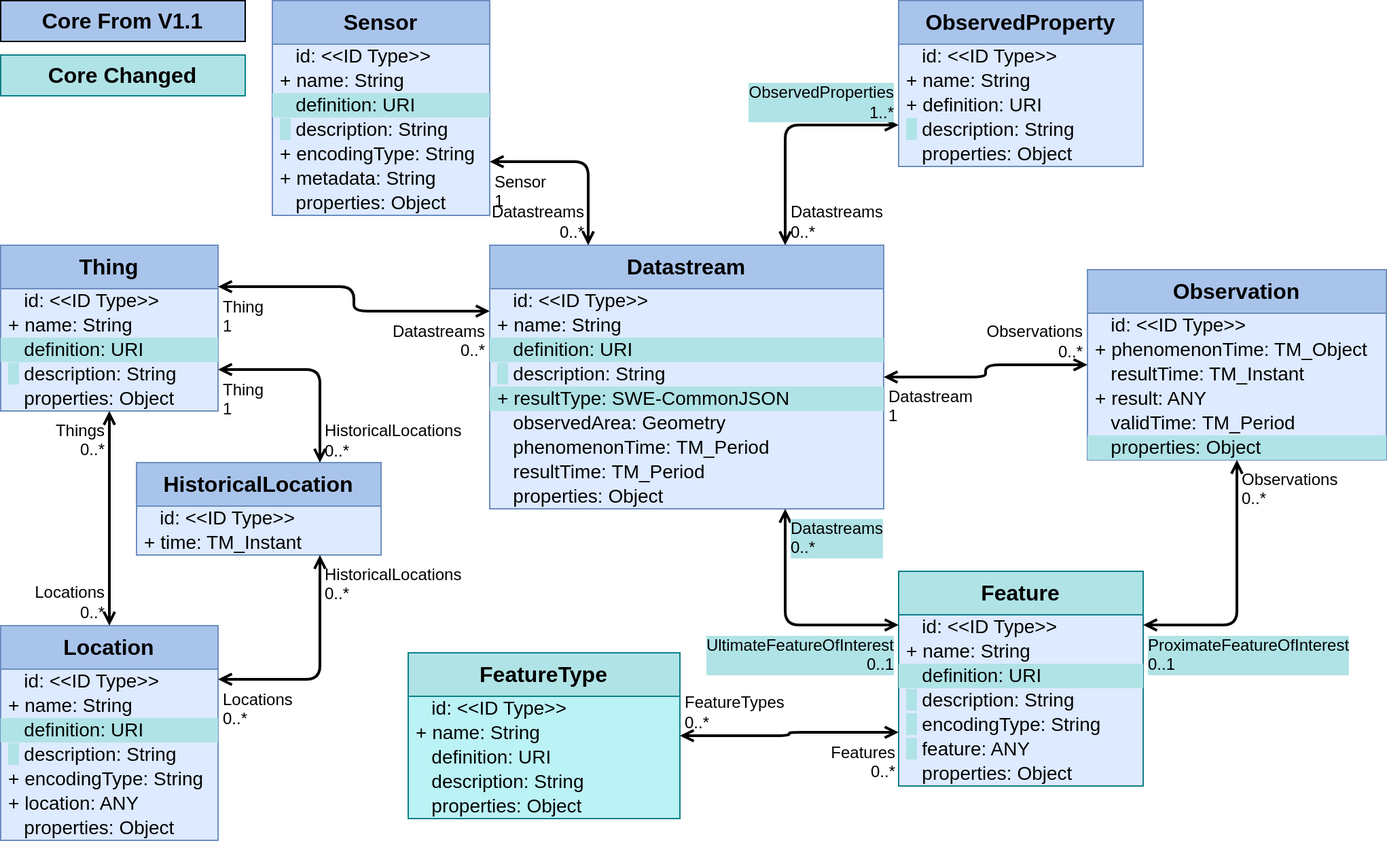
opengeospatial/sensorthings keeps this draw.io diagram as figures/Datamodel-SensorThingsApi-V2-Core-changed.drawio.png. Above is the earlier version. Source tidied: cells renumbered, new cells last; positions are measured from the earlier drawing's top-left corner, leaving out a move shared by most shapes.
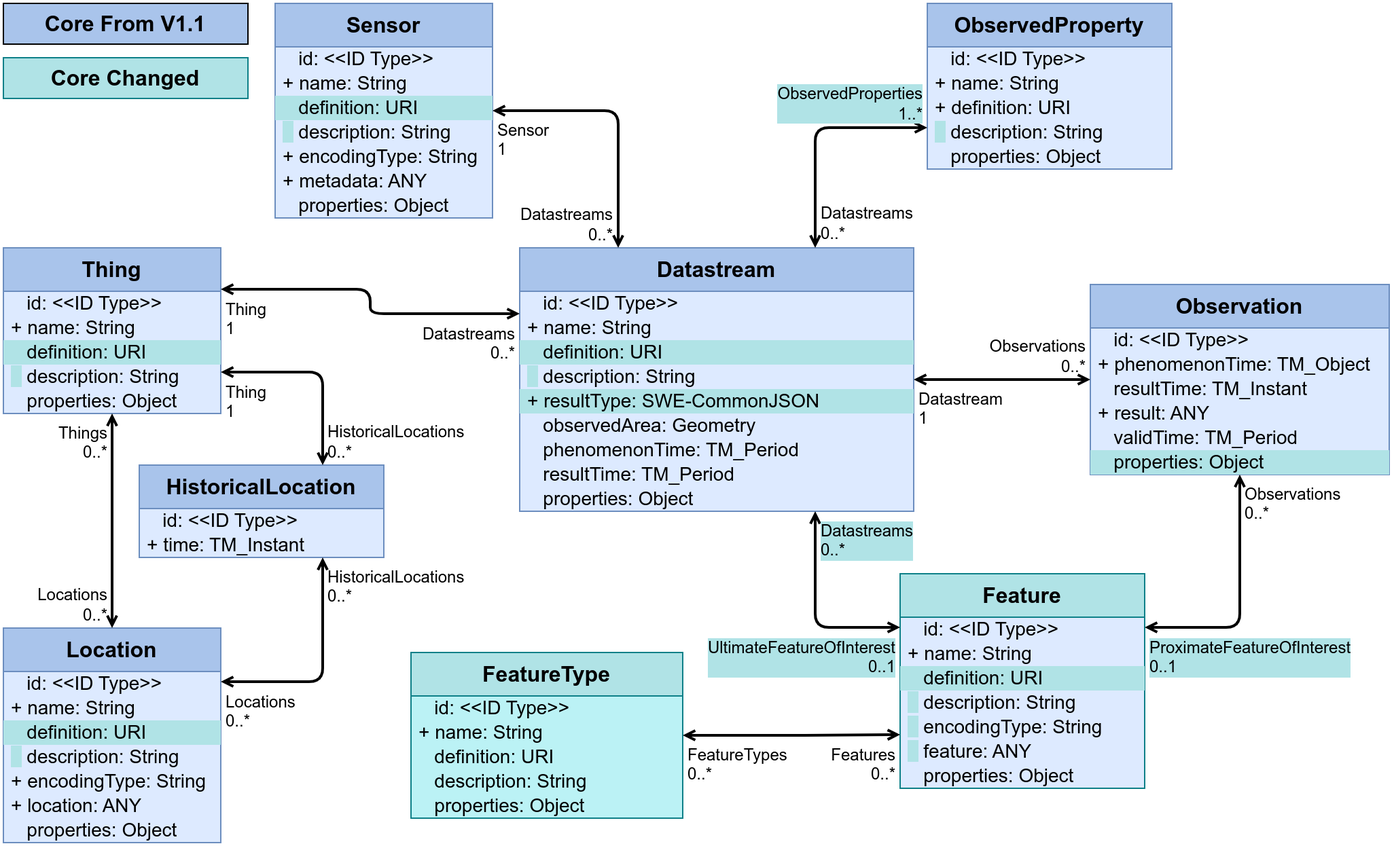
The same diagram one commit later.

The edit, as a diff of the source:
```diff
@@ -3,7 +3,7 @@
     <mxCell id="0" />
     <mxCell id="1" parent="0" />
     <mxCell id="2" value="Datastream" style="swimlane;fontStyle=1;horizontal=1;startSize=32;fontSize=16;whiteSpace=wrap;html=1;fillColor=#A9C4EB;strokeColor=#6c8ebf;swimlaneFillColor=#DDEAFF;verticalAlign=top;" parent="1" vertex="1">
-      <mxGeometry x="360" y="180" width="290" height="194" as="geometry" />
+      <mxGeometry x="380" y="180" width="290" height="194" as="geometry" />
     </mxCell>
     <mxCell id="3" value="&amp;nbsp;&amp;nbsp;&amp;nbsp;id: &amp;lt;&amp;lt;ID Type&amp;gt;&amp;gt;" style="text;strokeColor=none;fillColor=none;align=left;verticalAlign=middle;spacingLeft=4;spacingRight=4;overflow=visible;html=1;fontSize=14;" parent="2" vertex="1">
       <mxGeometry y="32" width="290" height="18" as="geometry" />
@@ -33,7 +33,7 @@
       <mxGeometry y="176" width="290" height="18" as="geometry" />
     </mxCell>
     <mxCell id="12" value="Feature" style="swimlane;fontStyle=1;horizontal=1;startSize=32;fontSize=16;whiteSpace=wrap;html=1;fillColor=#b0e3e6;strokeColor=#0e8088;swimlaneFillColor=#DDEAFF;verticalAlign=top;" parent="1" vertex="1">
-      <mxGeometry x="661" y="420" width="180" height="158" as="geometry" />
+      <mxGeometry x="660" y="420" width="180" height="158" as="geometry" />
     </mxCell>
     <mxCell id="13" value="&amp;nbsp;&amp;nbsp;&amp;nbsp;id: &amp;lt;&amp;lt;ID Type&amp;gt;&amp;gt;" style="text;strokeColor=none;fillColor=none;align=left;verticalAlign=middle;spacingLeft=4;spacingRight=4;overflow=visible;html=1;fontSize=14;" parent="12" vertex="1">
       <mxGeometry y="32" width="180" height="18" as="geometry" />
@@ -56,7 +56,7 @@
     <mxCell id="19" value="&amp;nbsp;&amp;nbsp;&amp;nbsp;properties: Object" style="text;strokeColor=none;fillColor=none;align=left;verticalAlign=middle;spacingLeft=4;spacingRight=4;overflow=visible;html=1;fontSize=14;" parent="12" vertex="1">
       <mxGeometry y="140" width="180" height="18" as="geometry" />
     </mxCell>
-    <mxCell id="20" style="endArrow=open;startArrow=open;html=1;rounded=1;exitX=0;exitY=0.25;exitDx=0;exitDy=0;edgeStyle=orthogonalEdgeStyle;entryX=0.75;entryY=1;entryDx=0;entryDy=0;curved=0;strokeWidth=2;startFill=0;endFill=0;" parent="1" edge="1" source="12" target="2">
+    <mxCell id="20" style="endArrow=open;startArrow=open;html=1;rounded=1;exitX=0;exitY=0.25;exitDx=0;exitDy=0;edgeStyle=orthogonalEdgeStyle;entryX=0.75;entryY=1;entryDx=0;entryDy=0;curved=0;strokeWidth=2;startFill=0;endFill=0;endSize=5;startSize=5;" parent="1" edge="1" source="12" target="2">
       <mxGeometry relative="1" as="geometry" />
     </mxCell>
     <mxCell id="21" value="UltimateFeatureOfInterest&lt;br&gt;0..1" style="edgeLabel;html=1;align=right;verticalAlign=top;labelBackgroundColor=#B0E3E6;fontSize=12;spacingLeft=1;spacing=3;spacingRight=2;" parent="20" vertex="1">
@@ -66,7 +66,7 @@
       <mxGeometry x="1" relative="1" as="geometry" />
     </mxCell>
     <mxCell id="23" value="FeatureType" style="swimlane;fontStyle=1;horizontal=1;startSize=32;fontSize=16;whiteSpace=wrap;html=1;fillColor=#b0e3e6;strokeColor=#0e8088;swimlaneFillColor=#BBF2F5;verticalAlign=top;" parent="1" vertex="1">
-      <mxGeometry x="300" y="480" width="200" height="122" as="geometry" />
+      <mxGeometry x="300" y="478" width="200" height="122" as="geometry" />
     </mxCell>
     <mxCell id="24" value="&amp;nbsp;&amp;nbsp;&amp;nbsp;id: &amp;lt;&amp;lt;ID Type&amp;gt;&amp;gt;" style="text;strokeColor=none;fillColor=none;align=left;verticalAlign=middle;spacingLeft=4;spacingRight=4;overflow=visible;html=1;fontSize=14;" parent="23" vertex="1">
       <mxGeometry y="32" width="200" height="18" as="geometry" />
@@ -83,10 +83,10 @@
     <mxCell id="28" value="&amp;nbsp;&amp;nbsp;&amp;nbsp;properties: Object" style="text;strokeColor=none;fillColor=none;align=left;verticalAlign=middle;spacingLeft=4;spacingRight=4;overflow=visible;html=1;fontSize=14;" parent="23" vertex="1">
       <mxGeometry y="104" width="200" height="18" as="geometry" />
     </mxCell>
-    <mxCell id="29" style="endArrow=open;startArrow=open;html=1;rounded=1;edgeStyle=orthogonalEdgeStyle;entryX=0;entryY=0.75;entryDx=0;entryDy=0;exitX=1;exitY=0.5;exitDx=0;exitDy=0;strokeWidth=2;curved=0;startFill=0;endFill=0;" parent="1" edge="1" source="23" target="12">
+    <mxCell id="29" style="endArrow=open;startArrow=open;html=1;rounded=1;edgeStyle=orthogonalEdgeStyle;entryX=0;entryY=0.75;entryDx=0;entryDy=0;exitX=1;exitY=0.5;exitDx=0;exitDy=0;strokeWidth=2;curved=0;startFill=0;endFill=0;endSize=5;startSize=5;" parent="1" edge="1" source="23" target="12">
       <mxGeometry relative="1" as="geometry" />
     </mxCell>
-    <mxCell id="30" value="FeatureTypes&lt;br&gt;0..*" style="edgeLabel;html=1;align=left;verticalAlign=bottom;labelBackgroundColor=none;fontSize=12;spacingLeft=1;spacing=3;spacingRight=2;" parent="29" vertex="1">
+    <mxCell id="30" value="FeatureTypes&lt;br&gt;0..*" style="edgeLabel;html=1;align=left;verticalAlign=top;labelBackgroundColor=none;fontSize=12;spacingLeft=1;spacing=3;spacingRight=2;" parent="29" vertex="1">
       <mxGeometry x="-1" relative="1" as="geometry" />
     </mxCell>
     <mxCell id="31" value="Features&lt;br&gt;0..*" style="edgeLabel;html=1;align=right;verticalAlign=top;labelBackgroundColor=none;fontSize=12;spacingLeft=1;spacing=3;spacingRight=2;" parent="29" vertex="1">
@@ -125,7 +125,7 @@
     <mxCell id="42" value="&amp;nbsp;&amp;nbsp;&amp;nbsp;properties: Object" style="text;strokeColor=none;fillColor=none;align=left;verticalAlign=middle;spacingLeft=4;spacingRight=4;overflow=visible;html=1;fontSize=14;" parent="35" vertex="1">
       <mxGeometry y="140" width="160" height="18" as="geometry" />
     </mxCell>
-    <mxCell id="43" style="endArrow=open;startArrow=open;html=1;rounded=1;entryX=0.75;entryY=1;entryDx=0;entryDy=0;edgeStyle=orthogonalEdgeStyle;exitX=1;exitY=0.25;exitDx=0;exitDy=0;strokeWidth=2;curved=0;startFill=0;endFill=0;" parent="1" edge="1" source="35" target="32">
+    <mxCell id="43" style="endArrow=open;startArrow=open;html=1;rounded=1;entryX=0.75;entryY=1;entryDx=0;entryDy=0;edgeStyle=orthogonalEdgeStyle;exitX=1;exitY=0.25;exitDx=0;exitDy=0;strokeWidth=2;curved=0;startFill=0;endFill=0;endSize=5;startSize=5;" parent="1" edge="1" source="35" target="32">
       <mxGeometry relative="1" as="geometry" />
     </mxCell>
     <mxCell id="44" value="Locations&lt;br&gt;0..*" style="edgeLabel;html=1;align=left;verticalAlign=top;labelBackgroundColor=none;fontSize=12;spacingLeft=1;spacing=3;spacingRight=2;" parent="43" vertex="1">
@@ -135,7 +135,7 @@
       <mxGeometry x="1" relative="1" as="geometry" />
     </mxCell>
     <mxCell id="46" value="Observation" style="swimlane;fontStyle=1;horizontal=1;startSize=32;fontSize=16;whiteSpace=wrap;html=1;fillColor=#A9C4EB;strokeColor=#6c8ebf;swimlaneFillColor=#DDEAFF;verticalAlign=top;" parent="1" vertex="1">
-      <mxGeometry x="800" y="198" width="220" height="140" as="geometry" />
+      <mxGeometry x="800" y="207" width="220" height="140" as="geometry" />
     </mxCell>
     <mxCell id="47" value="&amp;nbsp;&amp;nbsp;&amp;nbsp;id: &amp;lt;&amp;lt;ID Type&amp;gt;&amp;gt;" style="text;strokeColor=none;fillColor=none;align=left;verticalAlign=middle;spacingLeft=4;spacingRight=4;overflow=visible;html=1;fontSize=14;" parent="46" vertex="1">
       <mxGeometry y="32" width="220" height="18" as="geometry" />
@@ -155,7 +155,7 @@
     <mxCell id="52" value="&amp;nbsp;&amp;nbsp;&amp;nbsp;properties: Object" style="text;strokeColor=none;fillColor=#b0e3e6;align=left;verticalAlign=middle;spacingLeft=4;spacingRight=4;overflow=visible;html=1;fontSize=14;" parent="46" vertex="1">
       <mxGeometry y="122" width="220" height="18" as="geometry" />
     </mxCell>
-    <mxCell id="53" style="endArrow=open;startArrow=open;html=1;rounded=1;exitX=0;exitY=0.5;exitDx=0;exitDy=0;entryX=1;entryY=0.5;entryDx=0;entryDy=0;edgeStyle=orthogonalEdgeStyle;strokeWidth=2;curved=0;startFill=0;endFill=0;" parent="1" edge="1" source="46" target="2">
+    <mxCell id="53" style="endArrow=open;startArrow=open;html=1;rounded=1;exitX=0;exitY=0.5;exitDx=0;exitDy=0;entryX=1;entryY=0.5;entryDx=0;entryDy=0;edgeStyle=orthogonalEdgeStyle;strokeWidth=2;curved=0;startFill=0;endFill=0;endSize=5;startSize=5;" parent="1" edge="1" source="46" target="2">
       <mxGeometry relative="1" as="geometry" />
     </mxCell>
     <mxCell id="54" value="Observations&lt;br&gt;0..*" style="edgeLabel;html=1;align=right;verticalAlign=bottom;labelBackgroundColor=none;fontSize=12;spacingLeft=1;spacing=3;spacingRight=2;" parent="53" vertex="1">
@@ -164,7 +164,7 @@
     <mxCell id="55" value="Datastream&lt;br&gt;1" style="edgeLabel;html=1;align=left;verticalAlign=top;labelBackgroundColor=none;fontSize=12;spacingLeft=1;spacing=3;spacingRight=2;" parent="53" vertex="1">
       <mxGeometry x="1" relative="1" as="geometry" />
     </mxCell>
-    <mxCell id="56" style="endArrow=open;startArrow=open;html=1;rounded=1;exitX=0.5;exitY=1;exitDx=0;exitDy=0;edgeStyle=orthogonalEdgeStyle;entryX=1;entryY=0.25;entryDx=0;entryDy=0;curved=0;strokeWidth=2;startFill=0;endFill=0;" parent="1" edge="1" source="46" target="12">
+    <mxCell id="56" style="endArrow=open;startArrow=open;html=1;rounded=1;exitX=0.5;exitY=1;exitDx=0;exitDy=0;edgeStyle=orthogonalEdgeStyle;entryX=1;entryY=0.25;entryDx=0;entryDy=0;curved=0;strokeWidth=2;startFill=0;endFill=0;endSize=5;startSize=5;" parent="1" edge="1" source="46" target="12">
       <mxGeometry relative="1" as="geometry" />
     </mxCell>
     <mxCell id="57" value="Observations&lt;br&gt;0..*" style="edgeLabel;html=1;align=left;verticalAlign=top;labelBackgroundColor=none;fontSize=12;spacingLeft=1;spacing=3;spacingRight=2;" parent="56" vertex="1">
@@ -174,7 +174,7 @@
       <mxGeometry x="1" relative="1" as="geometry" />
     </mxCell>
     <mxCell id="59" value="ObservedProperty" style="swimlane;fontStyle=1;horizontal=1;startSize=32;fontSize=16;whiteSpace=wrap;html=1;fillColor=#A9C4EB;strokeColor=#6c8ebf;swimlaneFillColor=#DDEAFF;verticalAlign=top;" parent="1" vertex="1">
-      <mxGeometry x="661" width="180" height="122" as="geometry" />
+      <mxGeometry x="680" width="180" height="122" as="geometry" />
     </mxCell>
     <mxCell id="60" value="&amp;nbsp;&amp;nbsp;&amp;nbsp;id: &amp;lt;&amp;lt;ID Type&amp;gt;&amp;gt;" style="text;strokeColor=none;fillColor=none;align=left;verticalAlign=middle;spacingLeft=4;spacingRight=4;overflow=visible;html=1;fontSize=14;" parent="59" vertex="1">
       <mxGeometry y="32" width="180" height="18" as="geometry" />
@@ -191,7 +191,7 @@
     <mxCell id="64" value="&amp;nbsp;&amp;nbsp;&amp;nbsp;properties: Object" style="text;strokeColor=none;fillColor=none;align=left;verticalAlign=middle;spacingLeft=4;spacingRight=4;overflow=visible;html=1;fontSize=14;" parent="59" vertex="1">
       <mxGeometry y="104" width="180" height="18" as="geometry" />
     </mxCell>
-    <mxCell id="65" style="endArrow=open;startArrow=open;html=1;rounded=1;edgeStyle=orthogonalEdgeStyle;entryX=0.75;entryY=0;entryDx=0;entryDy=0;exitX=0;exitY=0.75;exitDx=0;exitDy=0;curved=0;strokeWidth=2;startFill=0;endFill=0;" parent="1" edge="1" source="59" target="2">
+    <mxCell id="65" style="endArrow=open;startArrow=open;html=1;rounded=1;edgeStyle=orthogonalEdgeStyle;entryX=0.75;entryY=0;entryDx=0;entryDy=0;exitX=0;exitY=0.75;exitDx=0;exitDy=0;curved=0;strokeWidth=2;startFill=0;endFill=0;endSize=5;startSize=5;" parent="1" edge="1" source="59" target="2">
       <mxGeometry relative="1" as="geometry" />
     </mxCell>
     <mxCell id="66" value="ObservedProperties&lt;br&gt;1..*" style="edgeLabel;html=1;align=right;verticalAlign=bottom;labelBackgroundColor=#B0E3E6;fontSize=12;spacingLeft=1;spacing=3;spacingRight=2;" parent="65" vertex="1">
@@ -218,13 +218,13 @@
     <mxCell id="73" value="+ encodingType: String" style="text;strokeColor=none;fillColor=none;align=left;verticalAlign=middle;spacingLeft=4;spacingRight=4;overflow=visible;html=1;fontSize=14;" parent="68" vertex="1">
       <mxGeometry y="104" width="160" height="18" as="geometry" />
     </mxCell>
-    <mxCell id="74" value="+ metadata: String" style="text;strokeColor=none;fillColor=none;align=left;verticalAlign=middle;spacingLeft=4;spacingRight=4;overflow=visible;html=1;fontSize=14;" parent="68" vertex="1">
+    <mxCell id="74" value="+ metadata: ANY" style="text;strokeColor=none;fillColor=none;align=left;verticalAlign=middle;spacingLeft=4;spacingRight=4;overflow=visible;html=1;fontSize=14;" parent="68" vertex="1">
       <mxGeometry y="122" width="160" height="18" as="geometry" />
     </mxCell>
     <mxCell id="75" value="&amp;nbsp;&amp;nbsp;&amp;nbsp;properties: Object" style="text;strokeColor=none;fillColor=none;align=left;verticalAlign=middle;spacingLeft=4;spacingRight=4;overflow=visible;html=1;fontSize=14;" parent="68" vertex="1">
       <mxGeometry y="140" width="160" height="18" as="geometry" />
     </mxCell>
-    <mxCell id="76" style="endArrow=open;startArrow=open;html=1;rounded=1;entryX=0.25;entryY=0;entryDx=0;entryDy=0;edgeStyle=orthogonalEdgeStyle;exitX=1;exitY=0.75;exitDx=0;exitDy=0;curved=0;strokeWidth=2;startFill=0;endFill=0;" parent="1" edge="1" source="68" target="2">
+    <mxCell id="76" style="endArrow=open;startArrow=open;html=1;rounded=1;entryX=0.25;entryY=0;entryDx=0;entryDy=0;edgeStyle=orthogonalEdgeStyle;exitX=1;exitY=0.5;exitDx=0;exitDy=0;curved=0;strokeWidth=2;startFill=0;endFill=0;endSize=5;startSize=5;" parent="1" edge="1" source="68" target="2">
       <mxGeometry relative="1" as="geometry" />
     </mxCell>
     <mxCell id="77" value="Sensor&lt;br&gt;1" style="edgeLabel;html=1;align=left;verticalAlign=top;labelBackgroundColor=none;fontSize=12;spacingLeft=1;spacing=3;spacingRight=2;" parent="76" vertex="1">
@@ -251,7 +251,7 @@
     <mxCell id="84" value="&amp;nbsp;&amp;nbsp;&amp;nbsp;properties: Object" style="text;strokeColor=none;fillColor=none;align=left;verticalAlign=middle;spacingLeft=4;spacingRight=4;overflow=visible;html=1;fontSize=14;" parent="79" vertex="1">
       <mxGeometry y="104" width="160" height="18" as="geometry" />
     </mxCell>
-    <mxCell id="85" style="endArrow=open;startArrow=open;html=1;rounded=1;exitX=1;exitY=0.75;exitDx=0;exitDy=0;edgeStyle=orthogonalEdgeStyle;entryX=0.75;entryY=0;entryDx=0;entryDy=0;strokeWidth=2;curved=0;startFill=0;endFill=0;" parent="1" edge="1" source="79" target="32">
+    <mxCell id="85" style="endArrow=open;startArrow=open;html=1;rounded=1;exitX=1;exitY=0.75;exitDx=0;exitDy=0;edgeStyle=orthogonalEdgeStyle;entryX=0.75;entryY=0;entryDx=0;entryDy=0;strokeWidth=2;curved=0;startFill=0;endFill=0;endSize=5;startSize=5;" parent="1" edge="1" source="79" target="32">
       <mxGeometry relative="1" as="geometry" />
     </mxCell>
     <mxCell id="86" value="Thing&lt;br&gt;1" style="edgeLabel;html=1;align=left;verticalAlign=top;labelBackgroundColor=none;fontSize=12;spacingLeft=1;spacing=3;spacingRight=2;" parent="85" vertex="1">
@@ -260,7 +260,7 @@
     <mxCell id="87" value="HistoricalLocations&lt;br&gt;0..*" style="edgeLabel;html=1;align=left;verticalAlign=bottom;labelBackgroundColor=none;fontSize=12;spacingLeft=1;spacing=3;spacingRight=2;" parent="85" vertex="1">
       <mxGeometry x="1" relative="1" as="geometry" />
     </mxCell>
-    <mxCell id="88" style="endArrow=open;startArrow=open;html=1;rounded=1;noEdgeStyle=1;entryX=0.5;entryY=0;entryDx=0;entryDy=0;exitX=0.5;exitY=1;exitDx=0;exitDy=0;strokeWidth=2;curved=0;startFill=0;endFill=0;" parent="1" edge="1" source="79" target="35">
+    <mxCell id="88" style="endArrow=open;startArrow=open;html=1;rounded=1;noEdgeStyle=1;entryX=0.5;entryY=0;entryDx=0;entryDy=0;exitX=0.5;exitY=1;exitDx=0;exitDy=0;strokeWidth=2;curved=0;startFill=0;endFill=0;endSize=5;startSize=5;" parent="1" edge="1" source="79" target="35">
       <mxGeometry relative="1" as="geometry" />
     </mxCell>
     <mxCell id="89" value="Things&lt;br&gt;0..*" style="edgeLabel;html=1;align=right;verticalAlign=top;labelBackgroundColor=none;fontSize=12;spacingLeft=1;spacing=3;spacingRight=2;" parent="88" vertex="1">
@@ -269,7 +269,7 @@
     <mxCell id="90" value="Locations&lt;br&gt;0..*" style="edgeLabel;html=1;align=right;verticalAlign=bottom;labelBackgroundColor=none;fontSize=12;spacingLeft=1;spacing=3;spacingRight=2;" parent="88" vertex="1">
       <mxGeometry x="1" relative="1" as="geometry" />
     </mxCell>
-    <mxCell id="91" style="endArrow=open;startArrow=open;html=1;rounded=1;edgeStyle=orthogonalEdgeStyle;entryX=0;entryY=0.25;entryDx=0;entryDy=0;exitX=1;exitY=0.25;exitDx=0;exitDy=0;strokeWidth=2;curved=0;startFill=0;endFill=0;" parent="1" edge="1" source="79" target="2">
+    <mxCell id="91" style="endArrow=open;startArrow=open;html=1;rounded=1;edgeStyle=orthogonalEdgeStyle;entryX=0;entryY=0.25;entryDx=0;entryDy=0;exitX=1;exitY=0.25;exitDx=0;exitDy=0;strokeWidth=2;curved=0;startFill=0;endFill=0;endSize=5;startSize=5;" parent="1" edge="1" source="79" target="2">
       <mxGeometry relative="1" as="geometry" />
     </mxCell>
     <mxCell id="92" value="Thing&lt;br&gt;1" style="edgeLabel;html=1;align=left;verticalAlign=top;labelBackgroundColor=none;fontSize=12;spacingLeft=1;spacing=3;spacingRight=2;" parent="91" vertex="1">
```
